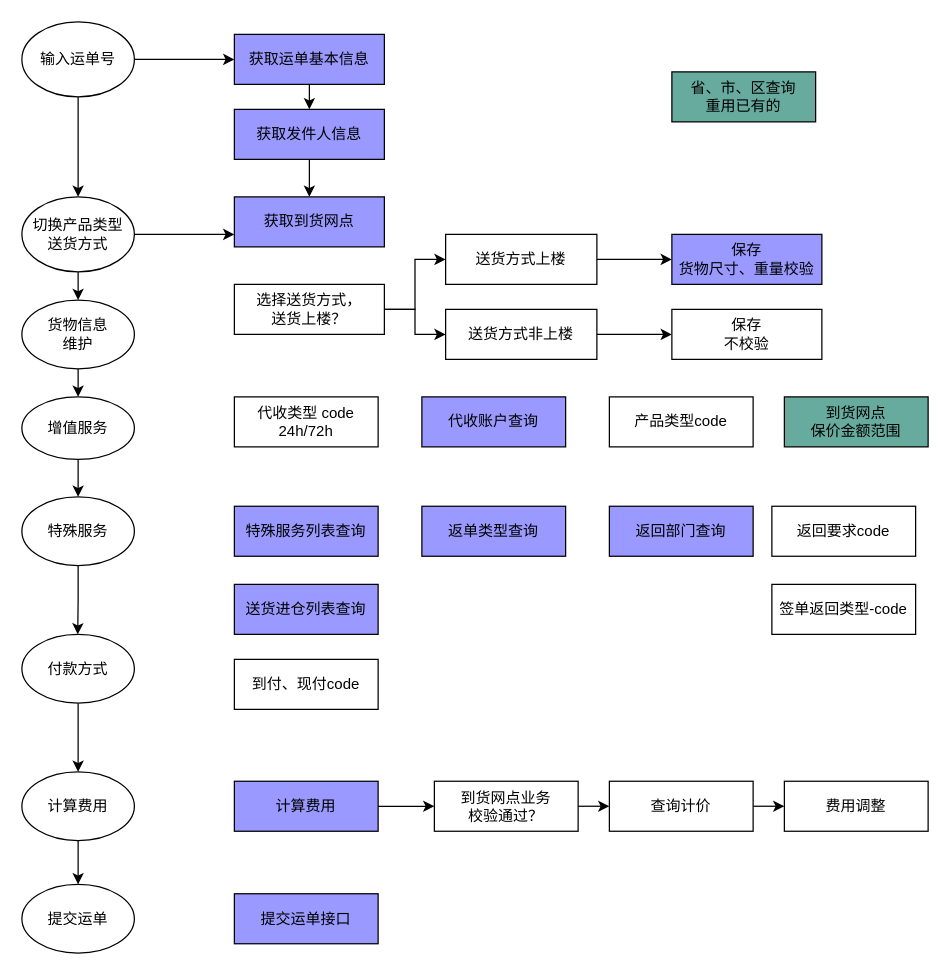
The draw.io diagram ty-waybill-create.drawio in coding-now/blog-comments, before the edit. Source tidied: cells renumbered, new cells numbered last; positions are measured from the earlier drawing's top-left corner, leaving out a move shared by most shapes. Both pictures are drawn from the tidied source at 125%, with x=0, y=0 at pixel (21, 21).
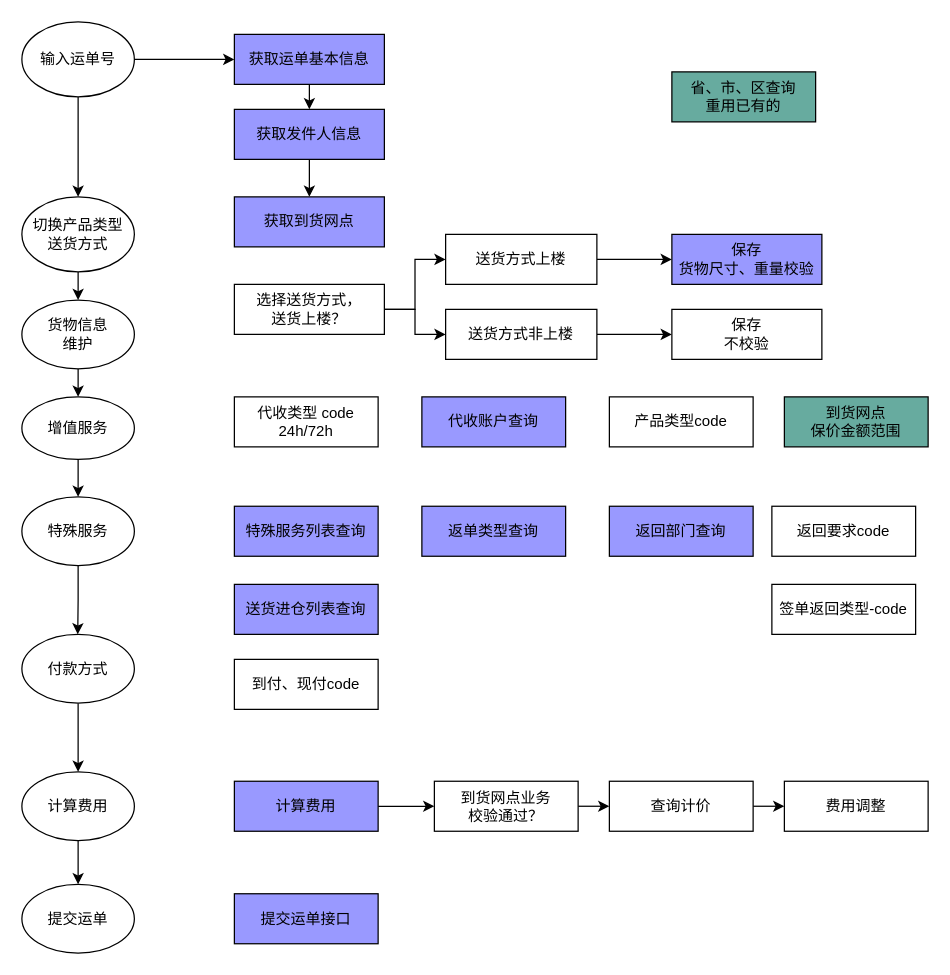
The same diagram, later.

Unchanged cells that the change refers to:
```xml
<mxCell id="9" value="获取到货网点" style="rounded=0;whiteSpace=wrap;html=1;fillColor=#9999FF;" parent="1" vertex="1">
  <mxGeometry x="170" y="140" width="120" height="40" as="geometry" />
</mxCell>
<mxCell id="12" value="切换产品类型&lt;br&gt;送货方式" style="ellipse;whiteSpace=wrap;html=1;" parent="1" vertex="1">
  <mxGeometry y="140" width="90" height="60" as="geometry" />
</mxCell>
```

Diff of the diagram source:
```diff
@@
-    <mxCell id="10" style="edgeStyle=orthogonalEdgeStyle;rounded=0;jettySize=auto;html=1;exitX=1;exitY=0.5;exitDx=0;exitDy=0;entryX=0;entryY=0.75;entryDx=0;entryDy=0;" parent="1" edge="1" source="12" target="9">
-      <mxGeometry relative="1" as="geometry" />
-    </mxCell>
```
